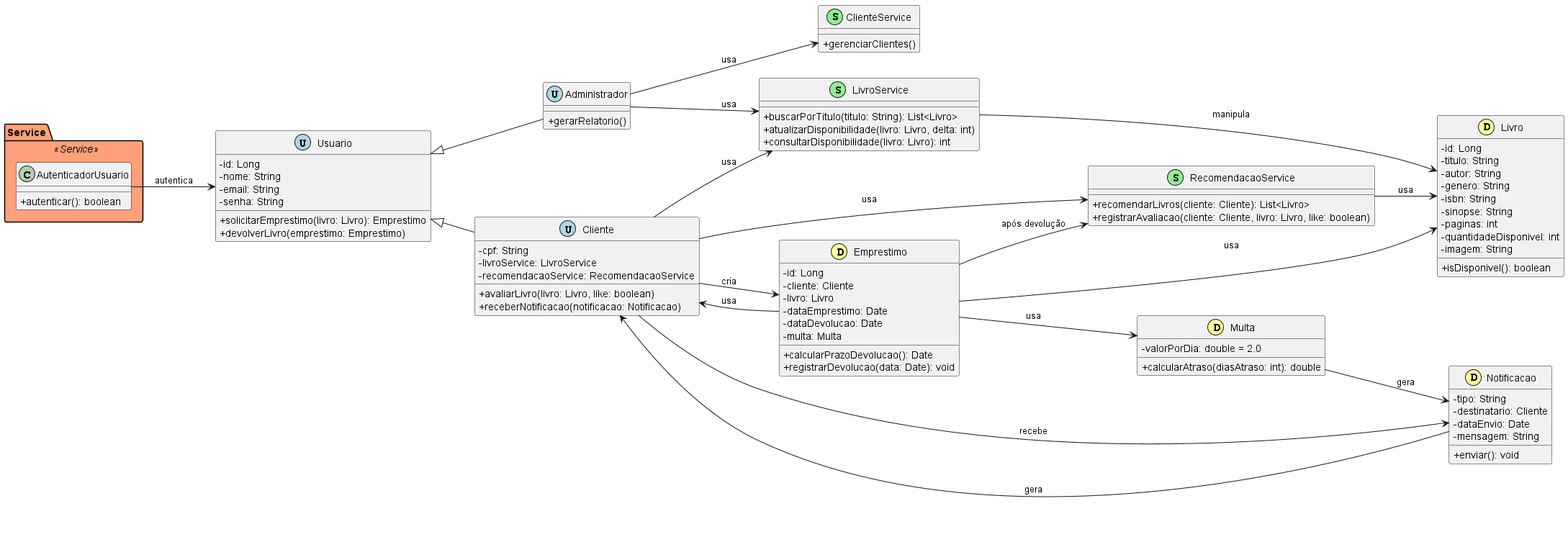
The PlantUML diagram out/docs/uml/class-diagram/class-diagram-2.0/Diagrama de Classe.png in cmoiss/sistema-de-biblioteca, before a commit.
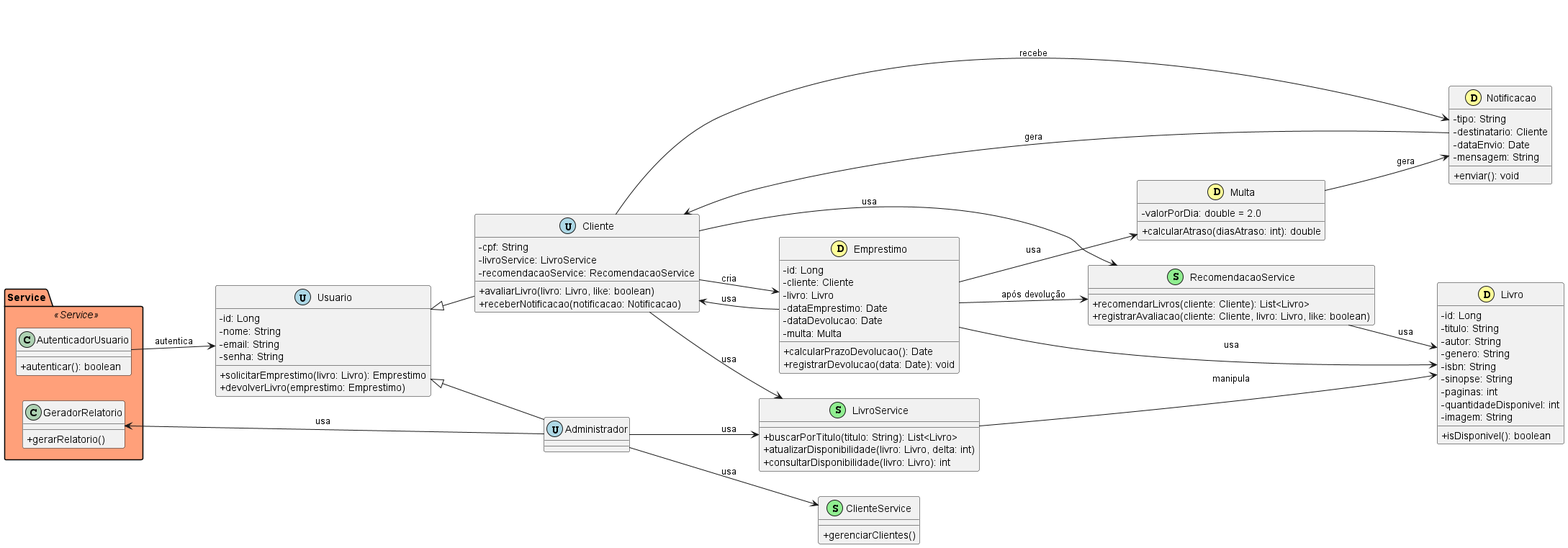
Later version of the same file.

Commit message:
feat: class GeradorRelatorio

The edit, as a diff of the source:
```diff
@@ -9,6 +9,10 @@
 package "Service" <<Service>> {
     class AutenticadorUsuario {
         +autenticar(): boolean
+    }
+
+    class GeradorRelatorio {
+        + gerarRelatorio()
     }
 }
 
@@ -22,7 +26,6 @@
 }
 
 class Administrador << (U,#ADD8E6) >> {
-    +gerarRelatorio()
 }
 
 class Cliente << (U,#ADD8E6) >> {
@@ -92,6 +95,7 @@
 
 Administrador --> LivroService : usa
 Administrador --> ClienteService : usa
+Administrador --> GeradorRelatorio : usa
 
 Cliente --> LivroService : usa
 Cliente --> RecomendacaoService : usa
```
